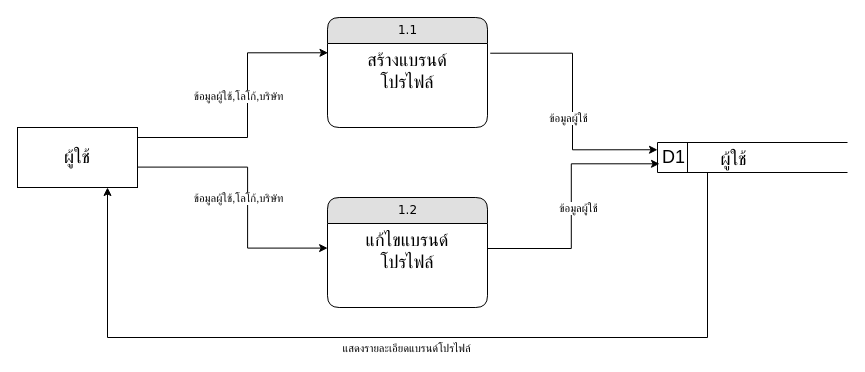
Earlier version of the draw.io diagram dataflow-pms-1.0.drawio (NewSnooker/it-udvc-pms). Source tidied: cells renumbered, new cells numbered last; positions are measured from the earlier drawing's top-left corner, leaving out a move shared by most shapes. Both pictures are drawn from the tidied source at 100%, with x=0, y=0 at pixel (17, 17).
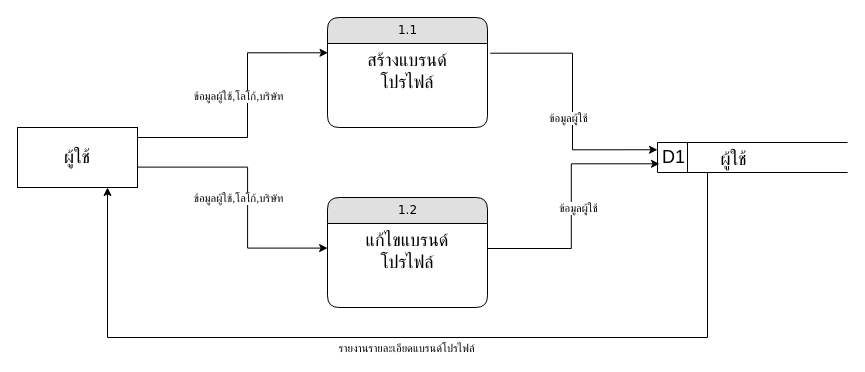
The same diagram, later.

The change refers to these unchanged cells:
```xml
<mxCell id="18" style="endArrow=classic;html=1;rounded=0;exitX=0.999;exitY=0.656;exitDx=0;exitDy=0;edgeStyle=orthogonalEdgeStyle;exitPerimeter=0;entryX=0.5;entryY=1;entryDx=0;entryDy=0;" parent="1" edge="1">
  <mxGeometry relative="1" as="geometry">
    <mxPoint x="690" y="155" as="sourcePoint" />
    <mxPoint x="90" y="170" as="targetPoint" />
    <Array as="points">
      <mxPoint x="690" y="320" />
      <mxPoint x="90" y="320" />
    </Array>
  </mxGeometry>
</mxCell>
```

The edit, as a diff of the source:
```diff
@@
-    <mxCell id="19" value="แสดงรายละเอียดแบรนด์โปรไฟล์" style="edgeLabel;html=1;align=center;verticalAlign=middle;rotation=0;" parent="18" vertex="1">
+    <mxCell id="19" value="รายงานรายละเอียดแบรนด์โปรไฟล์" style="edgeLabel;html=1;align=center;verticalAlign=middle;rotation=0;" parent="18" vertex="1">
       <mxGeometry x="-0.06" y="2" relative="1" as="geometry">
         <mxPoint x="-37" y="8" as="offset" />
       </mxGeometry>
     </mxCell>
```
